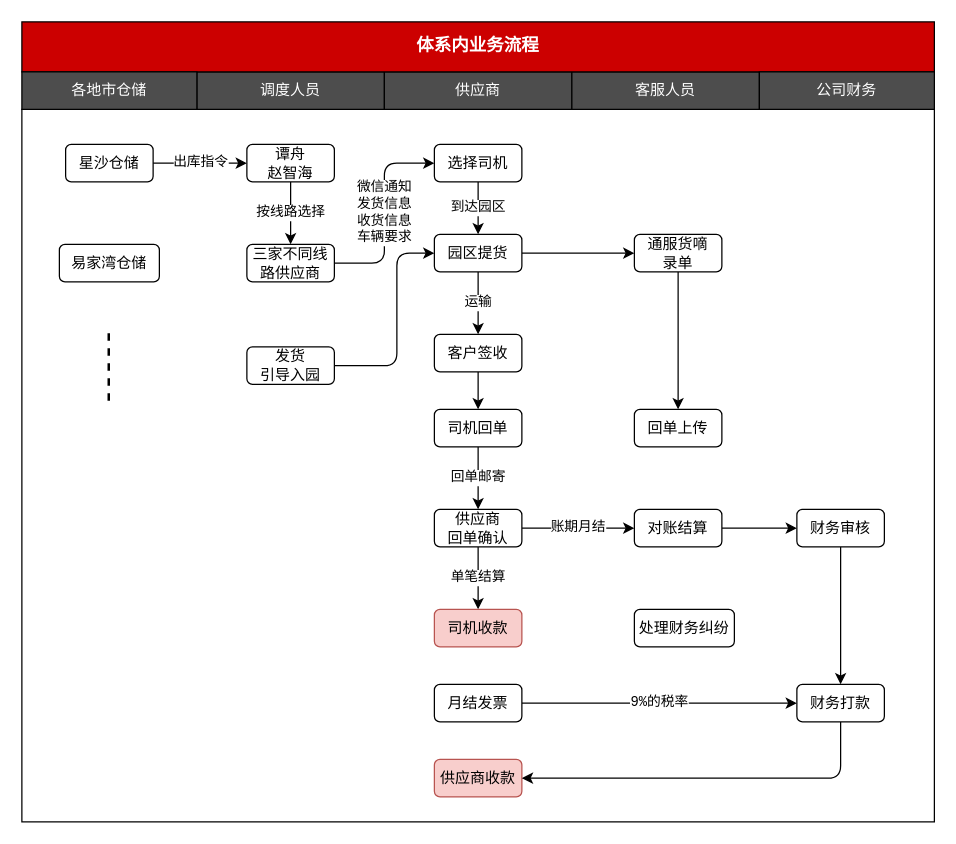
Earlier version of the draw.io diagram 体系内业务流程图（角色）.drawio (chenyibang/rdpwrap). Source tidied: cells renumbered, new cells numbered last; positions are measured from the earlier drawing's top-left corner, leaving out a move shared by most shapes. Both pictures are drawn from the tidied source at 125%, with x=0, y=0 at pixel (21, 21).
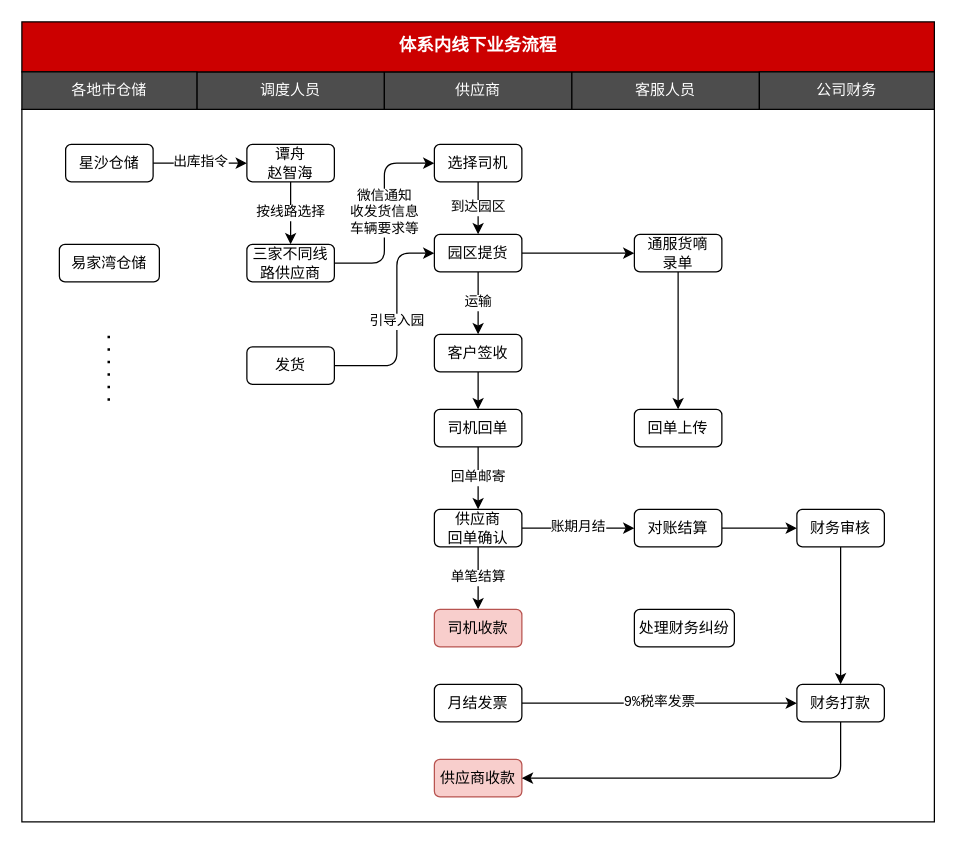
The same diagram, later.

Commit message:
更新体系内业务流程图（角色）.drawio

Unchanged cells that the change refers to:
```xml
<mxCell id="12" value="选择司机" style="rounded=1;whiteSpace=wrap;html=1;" parent="1" vertex="1">
  <mxGeometry x="330" y="98" width="70" height="30" as="geometry" />
</mxCell>
<mxCell id="20" value="园区提货" style="rounded=1;whiteSpace=wrap;html=1;" parent="1" vertex="1">
  <mxGeometry x="330" y="170" width="70" height="30" as="geometry" />
</mxCell>
<mxCell id="37" value="月结发票" style="rounded=1;whiteSpace=wrap;html=1;" parent="1" vertex="1">
  <mxGeometry x="330" y="530" width="70" height="30" as="geometry" />
</mxCell>
<mxCell id="39" value="财务打款" style="rounded=1;whiteSpace=wrap;html=1;" parent="1" vertex="1">
  <mxGeometry x="620" y="530" width="70" height="30" as="geometry" />
</mxCell>
<mxCell id="42" value="三家不同线路供应商" style="rounded=1;whiteSpace=wrap;html=1;" parent="1" vertex="1">
  <mxGeometry x="180" y="178" width="70" height="30" as="geometry" />
</mxCell>
```

The edit, as a diff of the source:
```diff
@@
-    <mxCell id="6" value="体系内业务流程" style="rounded=0;whiteSpace=wrap;html=1;fillColor=#CC0000;fontColor=#FFFFFF;fontSize=14;fontStyle=1;fontFamily=Courier New;" parent="1" vertex="1">
+    <mxCell id="6" value="体系内线下业务流程" style="rounded=0;whiteSpace=wrap;html=1;fillColor=#CC0000;fontColor=#FFFFFF;fontSize=14;fontStyle=1;fontFamily=Courier New;" parent="1" vertex="1">
       <mxGeometry width="730" height="40" as="geometry" />
     </mxCell>
@@
-    <mxCell id="10" style="endArrow=none;dashed=1;html=1;fontFamily=Courier New;fontColor=#FFFFFF;strokeWidth=2;" parent="1" edge="1">
+    <mxCell id="10" style="endArrow=none;dashed=1;html=1;fontFamily=Courier New;fontColor=#FFFFFF;strokeWidth=2;dashPattern=1 4;" parent="1" edge="1">
       <mxGeometry relative="1" as="geometry">
         <mxPoint x="69.5" y="303" as="sourcePoint" />
         <mxPoint x="69.5" y="243" as="targetPoint" />
       </mxGeometry>
     </mxCell>
@@
-    <mxCell id="31" style="edgeStyle=orthogonalEdgeStyle;rounded=1;jettySize=auto;html=1;strokeWidth=1;fontFamily=Courier New;fontColor=#000000;align=center;" parent="1" edge="1" source="32" target="20">
+    <mxCell id="31" value="引导入园" style="edgeStyle=orthogonalEdgeStyle;rounded=1;jettySize=auto;html=1;strokeWidth=1;fontFamily=Courier New;fontColor=#000000;align=center;" parent="1" edge="1" source="32" target="20">
       <mxGeometry relative="1" as="geometry">
         <Array as="points">
           <mxPoint x="300" y="275" />
           <mxPoint x="300" y="185" />
         </Array>
       </mxGeometry>
     </mxCell>
-    <mxCell id="32" value="发货&lt;br&gt;引导入园" style="rounded=1;whiteSpace=wrap;html=1;" parent="1" vertex="1">
+    <mxCell id="32" value="发货&lt;br&gt;" style="rounded=1;whiteSpace=wrap;html=1;" parent="1" vertex="1">
       <mxGeometry x="180" y="260" width="70" height="30" as="geometry" />
     </mxCell>
@@
-    <mxCell id="36" value="9%的税率" style="edgeStyle=orthogonalEdgeStyle;rounded=1;jettySize=auto;html=1;strokeWidth=1;fontFamily=Courier New;fontColor=#000000;align=center;" parent="1" edge="1" source="37" target="39">
+    <mxCell id="36" value="9%税率发票" style="edgeStyle=orthogonalEdgeStyle;rounded=1;jettySize=auto;html=1;strokeWidth=1;fontFamily=Courier New;fontColor=#000000;align=center;" parent="1" edge="1" source="37" target="39">
       <mxGeometry relative="1" as="geometry" />
     </mxCell>
@@
-    <mxCell id="41" value="微信通知&lt;br&gt;发货信息&lt;br&gt;收货信息&lt;br&gt;车辆要求" style="edgeStyle=orthogonalEdgeStyle;rounded=1;jettySize=auto;html=1;entryX=0;entryY=0.5;entryDx=0;entryDy=0;strokeWidth=1;fontFamily=Courier New;fontColor=#000000;align=center;" parent="1" edge="1" source="42" target="12">
+    <mxCell id="41" value="微信通知&lt;br&gt;收发货信息&lt;br&gt;车辆要求等" style="edgeStyle=orthogonalEdgeStyle;rounded=1;jettySize=auto;html=1;entryX=0;entryY=0.5;entryDx=0;entryDy=0;strokeWidth=1;fontFamily=Courier New;fontColor=#000000;align=center;" parent="1" edge="1" source="42" target="12">
       <mxGeometry relative="1" as="geometry" />
     </mxCell>
```
